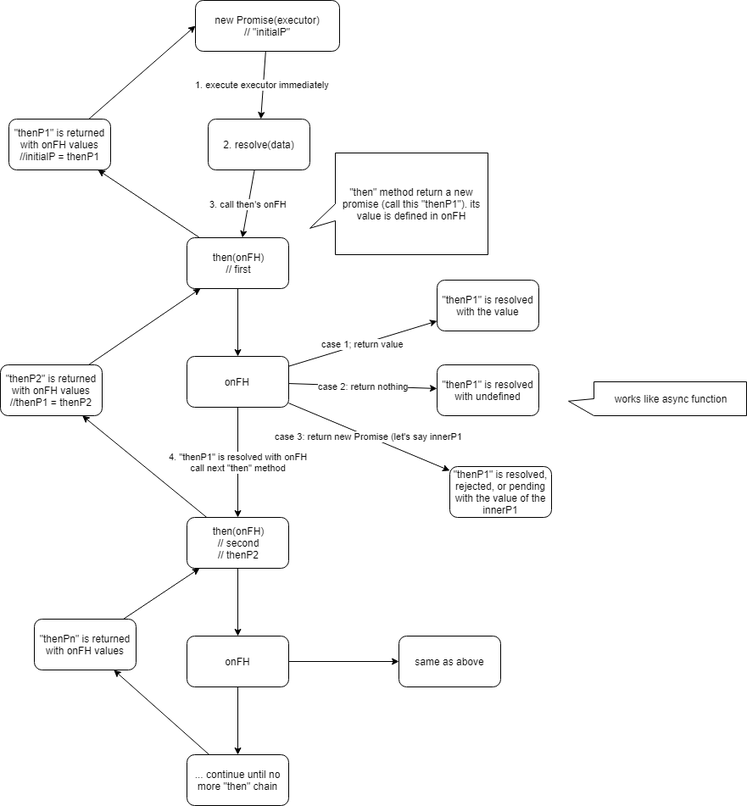
stsiwo/promise_concept keeps this draw.io diagram as updated_promise_then_concept.png. Above is the earlier version. Source tidied: cells renumbered, new cells last; positions are measured from the earlier drawing's top-left corner, leaving out a move shared by most shapes.
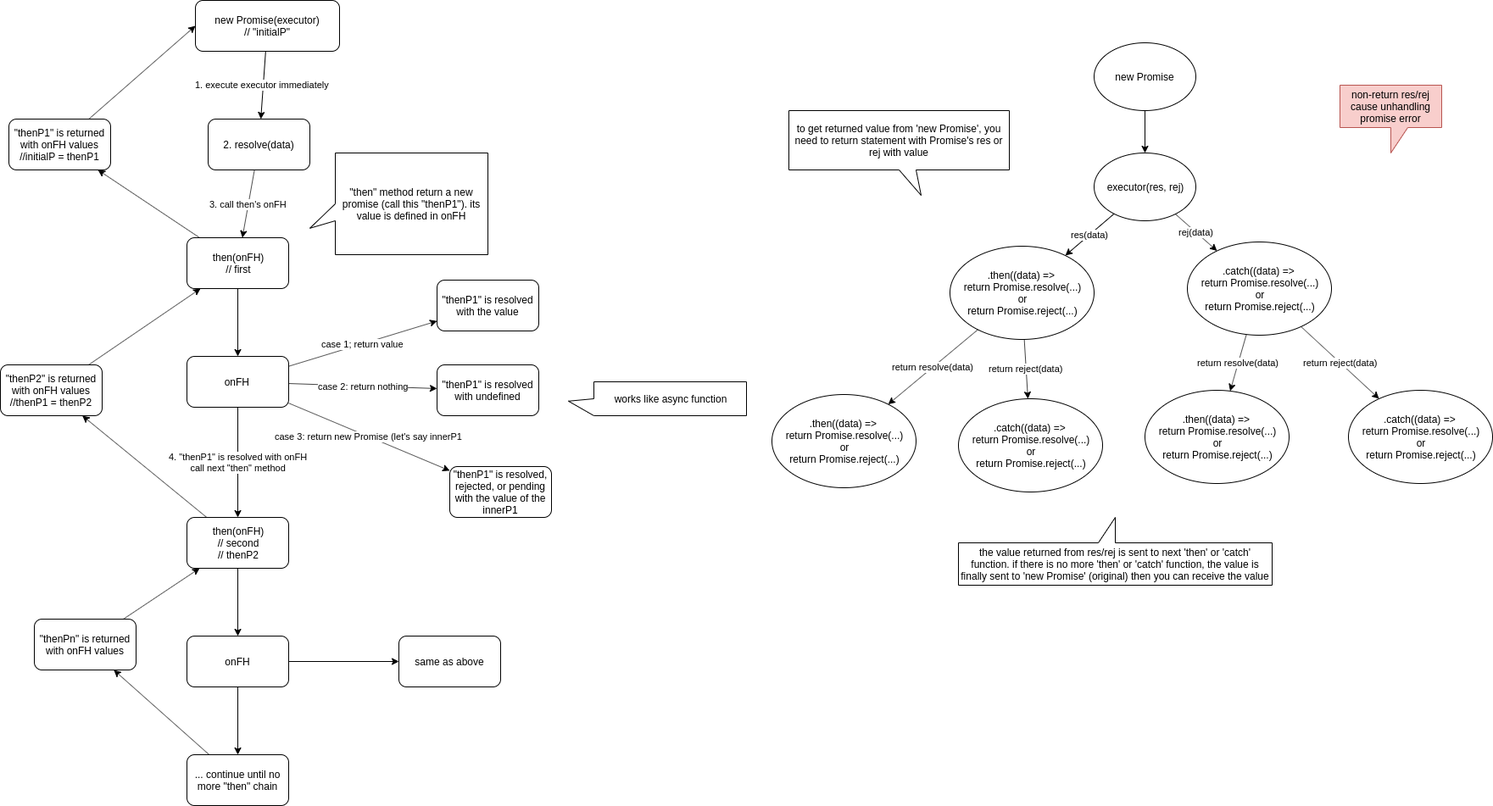
After the commit.

Change to the diagram source:
```diff
@@ -98,5 +98,59 @@
     <mxCell id="33" value="works like async function" style="shape=callout;whiteSpace=wrap;html=1;perimeter=calloutPerimeter;direction=south;position2=0.57;" parent="1" vertex="1">
       <mxGeometry x="670" y="450" width="210" height="40" as="geometry" />
     </mxCell>
+    <mxCell id="34" style="edgeStyle=orthogonalEdgeStyle;rounded=0;jettySize=auto;html=1;" parent="1" edge="1" source="35" target="38">
+      <mxGeometry relative="1" as="geometry" />
+    </mxCell>
+    <mxCell id="35" value="new Promise" style="ellipse;whiteSpace=wrap;html=1;" parent="1" vertex="1">
+      <mxGeometry x="1290" y="50" width="120" height="80" as="geometry" />
+    </mxCell>
+    <mxCell id="36" value="res(data)" style="rounded=0;jettySize=auto;html=1;" parent="1" edge="1" source="38" target="39">
+      <mxGeometry relative="1" as="geometry" />
+    </mxCell>
+    <mxCell id="37" value="rej(data)" style="edgeStyle=none;rounded=0;jettySize=auto;html=1;" parent="1" edge="1" source="38" target="42">
+      <mxGeometry relative="1" as="geometry" />
+    </mxCell>
+    <mxCell id="38" value="executor(res, rej)" style="ellipse;whiteSpace=wrap;html=1;" parent="1" vertex="1">
+      <mxGeometry x="1290" y="180" width="120" height="80" as="geometry" />
+    </mxCell>
+    <mxCell id="39" value=".then((data) =&amp;gt;&amp;nbsp;&lt;br&gt;return Promise.resolve(...)&lt;br&gt;or&lt;br&gt;return Promise.reject(...)" style="ellipse;whiteSpace=wrap;html=1;" parent="1" vertex="1">
+      <mxGeometry x="1120" y="290" width="170" height="110" as="geometry" />
+    </mxCell>
+    <mxCell id="40" value="return resolve(data)" style="edgeStyle=none;rounded=0;jettySize=auto;html=1;" parent="1" edge="1" source="42" target="43">
+      <mxGeometry relative="1" as="geometry" />
+    </mxCell>
+    <mxCell id="41" value="return reject(data)" style="edgeStyle=none;rounded=0;jettySize=auto;html=1;" parent="1" edge="1" source="42" target="44">
+      <mxGeometry relative="1" as="geometry" />
+    </mxCell>
+    <mxCell id="42" value=".catch((data) =&amp;gt;&amp;nbsp;&lt;br&gt;return Promise.resolve(...)&lt;br&gt;or&lt;br&gt;return Promise.reject(...)" style="ellipse;whiteSpace=wrap;html=1;" parent="1" vertex="1">
+      <mxGeometry x="1400" y="285" width="170" height="110" as="geometry" />
+    </mxCell>
+    <mxCell id="43" value=".then((data) =&amp;gt;&amp;nbsp;&lt;br&gt;return Promise.resolve(...)&lt;br&gt;or&lt;br&gt;return Promise.reject(...)" style="ellipse;whiteSpace=wrap;html=1;" parent="1" vertex="1">
+      <mxGeometry x="1350" y="460" width="170" height="110" as="geometry" />
+    </mxCell>
+    <mxCell id="44" value=".catch((data) =&amp;gt;&amp;nbsp;&lt;br&gt;return Promise.resolve(...)&lt;br&gt;or&lt;br&gt;return Promise.reject(...)" style="ellipse;whiteSpace=wrap;html=1;" parent="1" vertex="1">
+      <mxGeometry x="1590" y="460" width="170" height="110" as="geometry" />
+    </mxCell>
+    <mxCell id="45" value=".then((data) =&amp;gt;&amp;nbsp;&lt;br&gt;return Promise.resolve(...)&lt;br&gt;or&lt;br&gt;return Promise.reject(...)" style="ellipse;whiteSpace=wrap;html=1;" parent="1" vertex="1">
+      <mxGeometry x="910" y="465" width="170" height="110" as="geometry" />
+    </mxCell>
+    <mxCell id="46" value=".catch((data) =&amp;gt;&amp;nbsp;&lt;br&gt;return Promise.resolve(...)&lt;br&gt;or&lt;br&gt;return Promise.reject(...)" style="ellipse;whiteSpace=wrap;html=1;" parent="1" vertex="1">
+      <mxGeometry x="1130" y="470" width="170" height="110" as="geometry" />
+    </mxCell>
+    <mxCell id="47" value="return resolve(data)" style="edgeStyle=none;rounded=0;jettySize=auto;html=1;" parent="1" edge="1" source="39" target="45">
+      <mxGeometry relative="1" as="geometry" />
+    </mxCell>
+    <mxCell id="48" value="return reject(data)" style="edgeStyle=none;rounded=0;jettySize=auto;html=1;" parent="1" edge="1" source="39" target="46">
+      <mxGeometry relative="1" as="geometry" />
+    </mxCell>
+    <mxCell id="49" value="to get returned value from 'new Promise', you need to return statement with Promise's res or rej with value" style="shape=callout;whiteSpace=wrap;html=1;perimeter=calloutPerimeter;position2=0.6;" parent="1" vertex="1">
+      <mxGeometry x="930" y="130" width="260" height="100" as="geometry" />
+    </mxCell>
+    <mxCell id="50" value="non-return res/rej cause unhandling promise error" style="shape=callout;whiteSpace=wrap;html=1;perimeter=calloutPerimeter;fillColor=#f8cecc;strokeColor=#b85450;" parent="1" vertex="1">
+      <mxGeometry x="1580" y="100" width="120" height="80" as="geometry" />
+    </mxCell>
+    <mxCell id="51" value="the value returned from res/rej is sent to next 'then' or 'catch' function. if there is no more 'then' or 'catch' function, the value is finally sent to 'new Promise' (original) then you can receive the value" style="shape=callout;whiteSpace=wrap;html=1;perimeter=calloutPerimeter;direction=west;" parent="1" vertex="1">
+      <mxGeometry x="1130" y="610" width="370" height="80" as="geometry" />
+    </mxCell>
   </root>
 </mxGraphModel>
```
